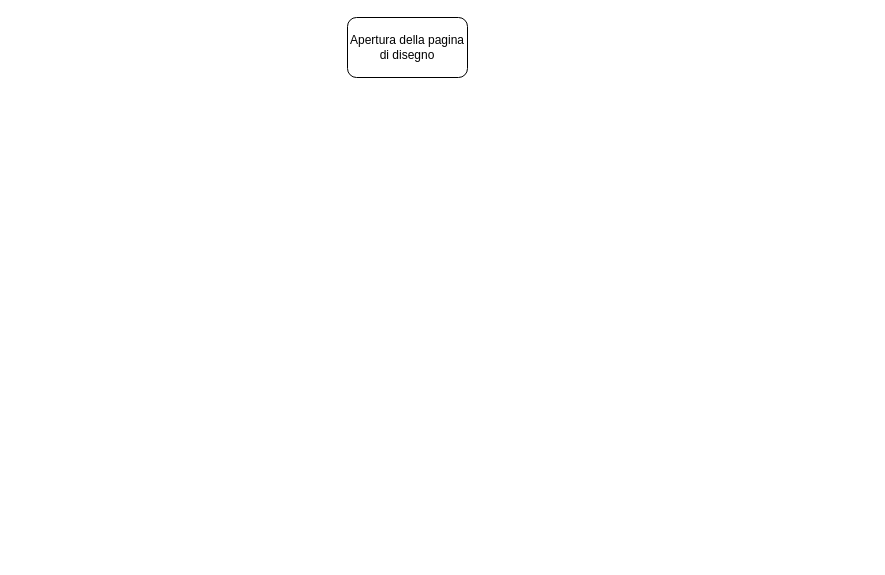
LuMug/VirtualPainter keeps this draw.io diagram as page "Area Disegno" (4 of 5) of Documentazione/Design_architettura.drawio. Above is the earlier version. Source tidied: cells renumbered, new cells numbered last; positions are measured from the earlier drawing's top-left corner, leaving out a move shared by most shapes. Both pictures are drawn from the tidied source at 100%, with x=0, y=0 at pixel (347, 17).
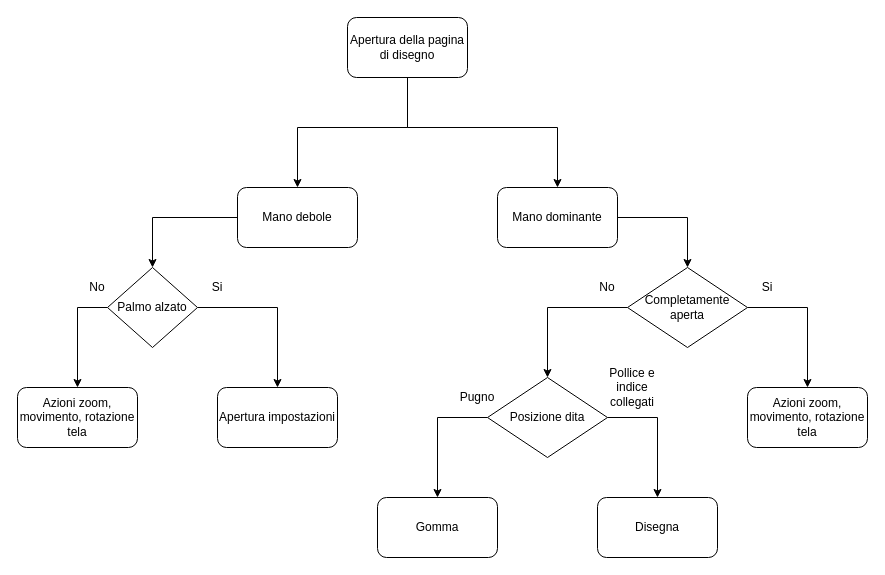
Above is the later version.

The change refers to these unchanged cells:
```xml
<mxCell id="2" value="Apertura della pagina di disegno" style="rounded=1;whiteSpace=wrap;html=1;" parent="1" vertex="1">
  <mxGeometry width="120" height="60" as="geometry" />
</mxCell>
```

Change to the diagram source:
```diff
@@
+    <mxCell id="3" style="edgeStyle=orthogonalEdgeStyle;rounded=0;jettySize=auto;html=1;entryX=0.5;entryY=0;entryDx=0;entryDy=0;" parent="1" edge="1" source="2" target="6">
+      <mxGeometry relative="1" as="geometry">
+        <Array as="points">
+          <mxPoint x="60" y="110" />
+          <mxPoint x="210" y="110" />
+        </Array>
+      </mxGeometry>
+    </mxCell>
+    <mxCell id="4" style="edgeStyle=orthogonalEdgeStyle;rounded=0;jettySize=auto;html=1;entryX=0.5;entryY=0;entryDx=0;entryDy=0;" parent="1" edge="1" source="2" target="8">
+      <mxGeometry relative="1" as="geometry">
+        <Array as="points">
+          <mxPoint x="60" y="110" />
+          <mxPoint x="-50" y="110" />
+        </Array>
+      </mxGeometry>
+    </mxCell>
@@
+    <mxCell id="5" style="edgeStyle=orthogonalEdgeStyle;rounded=0;jettySize=auto;html=1;entryX=0.5;entryY=0;entryDx=0;entryDy=0;" parent="1" edge="1" source="6" target="18">
+      <mxGeometry relative="1" as="geometry" />
+    </mxCell>
+    <mxCell id="6" value="Mano dominante" style="rounded=1;whiteSpace=wrap;html=1;" parent="1" vertex="1">
+      <mxGeometry x="150" y="170" width="120" height="60" as="geometry" />
+    </mxCell>
+    <mxCell id="7" style="edgeStyle=orthogonalEdgeStyle;rounded=0;jettySize=auto;html=1;entryX=0.5;entryY=0;entryDx=0;entryDy=0;" parent="1" edge="1" source="8" target="11">
+      <mxGeometry relative="1" as="geometry" />
+    </mxCell>
+    <mxCell id="8" value="Mano debole" style="rounded=1;whiteSpace=wrap;html=1;" parent="1" vertex="1">
+      <mxGeometry x="-110" y="170" width="120" height="60" as="geometry" />
+    </mxCell>
+    <mxCell id="9" style="edgeStyle=orthogonalEdgeStyle;rounded=0;jettySize=auto;html=1;entryX=0.5;entryY=0;entryDx=0;entryDy=0;" parent="1" edge="1" source="11" target="12">
+      <mxGeometry relative="1" as="geometry" />
+    </mxCell>
+    <mxCell id="10" style="edgeStyle=orthogonalEdgeStyle;rounded=0;jettySize=auto;html=1;entryX=0.5;entryY=0;entryDx=0;entryDy=0;" parent="1" edge="1" source="11" target="13">
+      <mxGeometry relative="1" as="geometry">
+        <Array as="points">
+          <mxPoint x="-270" y="290" />
+        </Array>
+      </mxGeometry>
+    </mxCell>
+    <mxCell id="11" value="Palmo alzato" style="rhombus;whiteSpace=wrap;html=1;" parent="1" vertex="1">
+      <mxGeometry x="-240" y="250" width="90" height="80" as="geometry" />
+    </mxCell>
+    <mxCell id="12" value="Apertura impostazioni" style="rounded=1;whiteSpace=wrap;html=1;" parent="1" vertex="1">
+      <mxGeometry x="-130" y="370" width="120" height="60" as="geometry" />
+    </mxCell>
+    <mxCell id="13" value="Azioni zoom, movimento, rotazione tela" style="rounded=1;whiteSpace=wrap;html=1;" parent="1" vertex="1">
+      <mxGeometry x="-330" y="370" width="120" height="60" as="geometry" />
+    </mxCell>
+    <mxCell id="14" value="Si" style="text;html=1;strokeColor=none;fillColor=none;align=center;verticalAlign=middle;whiteSpace=wrap;rounded=0;" parent="1" vertex="1">
+      <mxGeometry x="-150" y="260" width="40" height="20" as="geometry" />
+    </mxCell>
+    <mxCell id="15" value="No" style="text;html=1;strokeColor=none;fillColor=none;align=center;verticalAlign=middle;whiteSpace=wrap;rounded=0;" parent="1" vertex="1">
+      <mxGeometry x="-270" y="260" width="40" height="20" as="geometry" />
+    </mxCell>
+    <mxCell id="16" style="edgeStyle=orthogonalEdgeStyle;rounded=0;jettySize=auto;html=1;entryX=0.5;entryY=0;entryDx=0;entryDy=0;" parent="1" edge="1" source="18" target="20">
+      <mxGeometry relative="1" as="geometry">
+        <Array as="points">
+          <mxPoint x="460" y="290" />
+        </Array>
+      </mxGeometry>
+    </mxCell>
+    <mxCell id="17" style="edgeStyle=orthogonalEdgeStyle;rounded=0;jettySize=auto;html=1;entryX=0.5;entryY=0;entryDx=0;entryDy=0;" parent="1" edge="1" source="18" target="23">
+      <mxGeometry relative="1" as="geometry" />
+    </mxCell>
+    <mxCell id="18" value="Completamente aperta" style="rhombus;whiteSpace=wrap;html=1;" parent="1" vertex="1">
+      <mxGeometry x="280" y="250" width="120" height="80" as="geometry" />
+    </mxCell>
+    <mxCell id="19" value="Si" style="text;html=1;strokeColor=none;fillColor=none;align=center;verticalAlign=middle;whiteSpace=wrap;rounded=0;" parent="1" vertex="1">
+      <mxGeometry x="400" y="260" width="40" height="20" as="geometry" />
+    </mxCell>
+    <mxCell id="20" value="Azioni zoom, movimento, rotazione tela" style="rounded=1;whiteSpace=wrap;html=1;" parent="1" vertex="1">
+      <mxGeometry x="400" y="370" width="120" height="60" as="geometry" />
+    </mxCell>
+    <mxCell id="21" style="edgeStyle=orthogonalEdgeStyle;rounded=0;jettySize=auto;html=1;entryX=0.5;entryY=0;entryDx=0;entryDy=0;" parent="1" edge="1" source="23" target="25">
+      <mxGeometry relative="1" as="geometry">
+        <Array as="points">
+          <mxPoint x="310" y="400" />
+        </Array>
+      </mxGeometry>
+    </mxCell>
+    <mxCell id="22" style="edgeStyle=orthogonalEdgeStyle;rounded=0;jettySize=auto;html=1;entryX=0.5;entryY=0;entryDx=0;entryDy=0;" parent="1" edge="1" source="23" target="27">
+      <mxGeometry relative="1" as="geometry">
+        <Array as="points">
+          <mxPoint x="90" y="400" />
+        </Array>
+      </mxGeometry>
+    </mxCell>
+    <mxCell id="23" value="Posizione dita" style="rhombus;whiteSpace=wrap;html=1;" parent="1" vertex="1">
+      <mxGeometry x="140" y="360" width="120" height="80" as="geometry" />
+    </mxCell>
+    <mxCell id="24" value="No" style="text;html=1;strokeColor=none;fillColor=none;align=center;verticalAlign=middle;whiteSpace=wrap;rounded=0;" parent="1" vertex="1">
+      <mxGeometry x="240" y="260" width="40" height="20" as="geometry" />
+    </mxCell>
+    <mxCell id="25" value="Disegna" style="rounded=1;whiteSpace=wrap;html=1;" parent="1" vertex="1">
+      <mxGeometry x="250" y="480" width="120" height="60" as="geometry" />
+    </mxCell>
+    <mxCell id="26" value="Pollice e indice collegati" style="text;html=1;strokeColor=none;fillColor=none;align=center;verticalAlign=middle;whiteSpace=wrap;rounded=0;" parent="1" vertex="1">
+      <mxGeometry x="260" y="360" width="50" height="20" as="geometry" />
+    </mxCell>
+    <mxCell id="27" value="Gomma" style="rounded=1;whiteSpace=wrap;html=1;" parent="1" vertex="1">
+      <mxGeometry x="30" y="480" width="120" height="60" as="geometry" />
+    </mxCell>
+    <mxCell id="28" value="Pugno" style="text;html=1;strokeColor=none;fillColor=none;align=center;verticalAlign=middle;whiteSpace=wrap;rounded=0;" parent="1" vertex="1">
+      <mxGeometry x="110" y="370" width="40" height="20" as="geometry" />
+    </mxCell>
```
